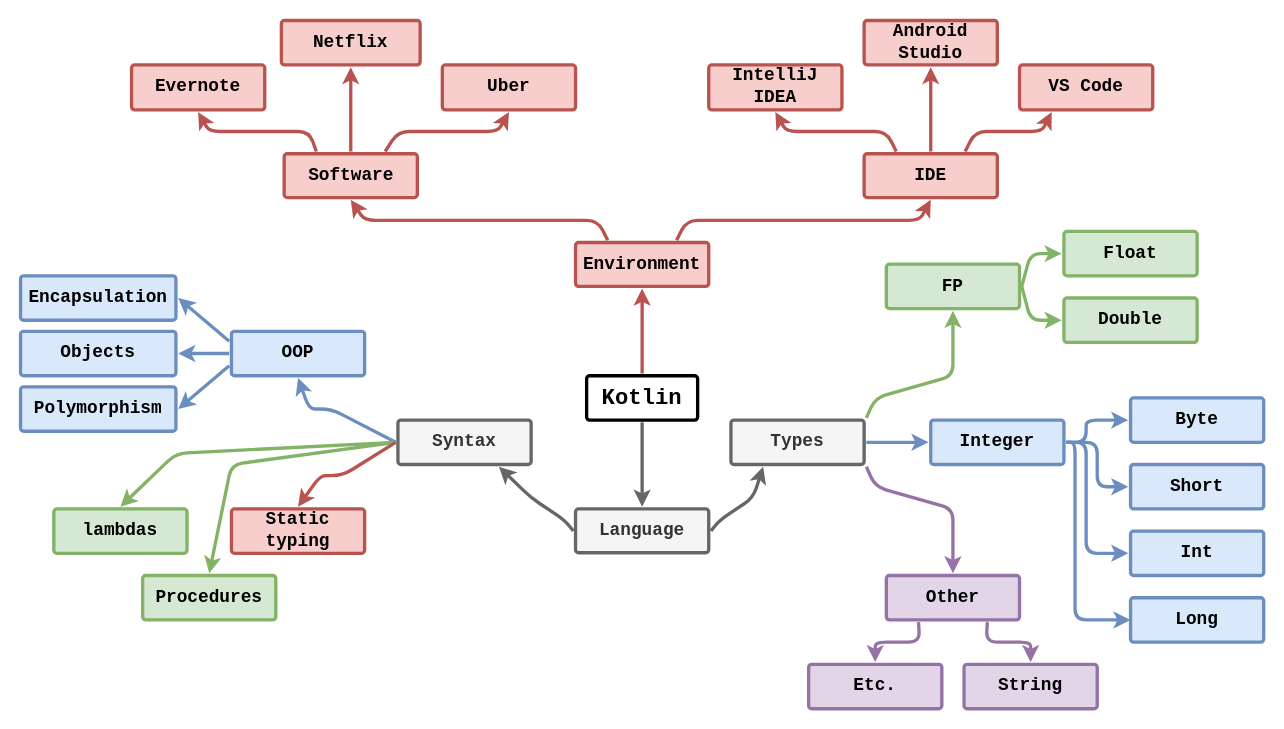
The draw.io diagram Диаграмма без названия.drawio in IvanKr08/Root-Certificate-Updater, before the edit. Source tidied: cells renumbered, new cells numbered last; positions are measured from the earlier drawing's top-left corner, leaving out a move shared by most shapes. Both pictures are drawn from the tidied source at 111%, with x=0, y=0 at pixel (20, 20).
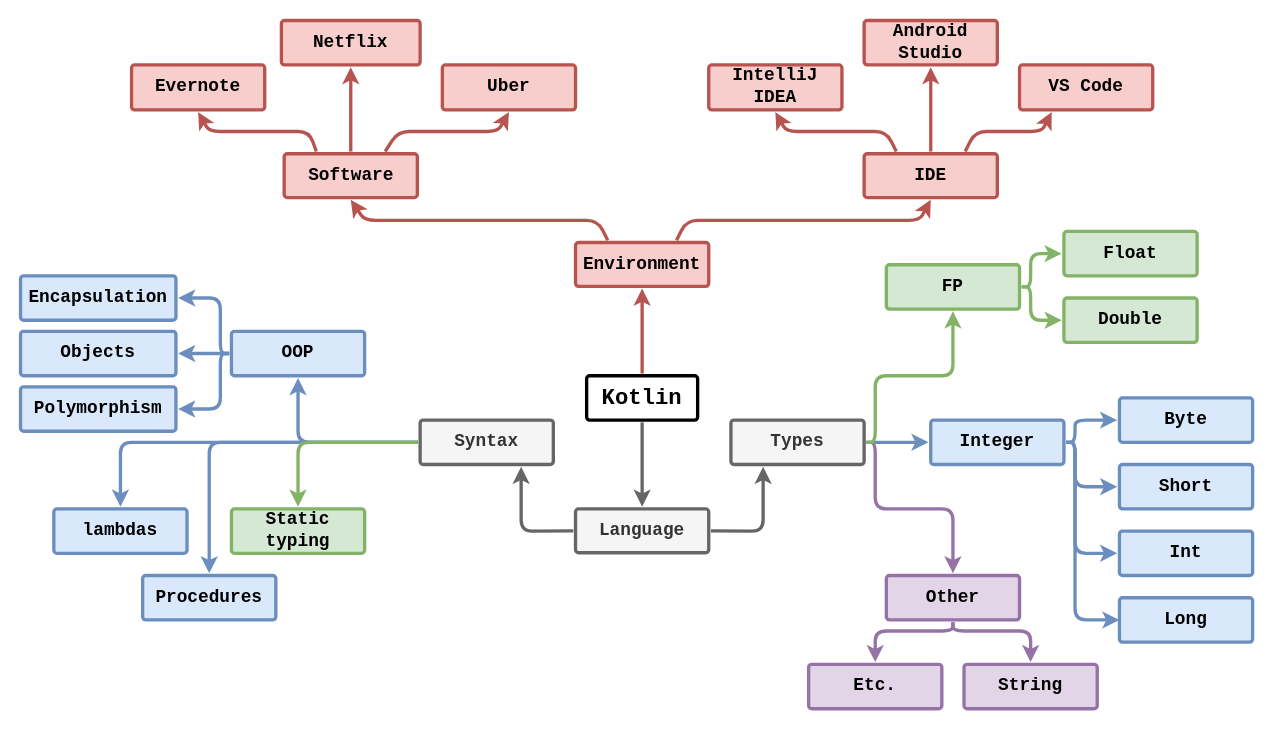
The same diagram, later.

The change refers to these unchanged cells:
```xml
<mxCell id="13" value="Types" style="rounded=1;whiteSpace=wrap;html=1;shadow=0;labelBackgroundColor=none;strokeWidth=3;fontFamily=Courier New;fontSize=16;align=center;spacing=5;fontStyle=1;arcSize=7;perimeterSpacing=2;fillColor=#f5f5f5;strokeColor=#666666;fontColor=#333333;" parent="1" vertex="1">
  <mxGeometry x="640" y="360" width="120" height="40" as="geometry" />
</mxCell>
<mxCell id="27" value="Language" style="rounded=1;whiteSpace=wrap;html=1;shadow=0;labelBackgroundColor=none;strokeWidth=3;fontFamily=Courier New;fontSize=16;align=center;spacing=5;fontStyle=1;arcSize=7;perimeterSpacing=2;fillColor=#f5f5f5;fontColor=#333333;strokeColor=#666666;" parent="1" vertex="1">
  <mxGeometry x="500" y="440" width="120" height="39.5" as="geometry" />
</mxCell>
<mxCell id="29" value="Integer" style="rounded=1;whiteSpace=wrap;html=1;shadow=0;labelBackgroundColor=none;strokeColor=#6c8ebf;strokeWidth=3;fillColor=#dae8fc;fontFamily=Courier New;fontSize=16;align=center;spacing=5;fontStyle=1;arcSize=7;perimeterSpacing=2;" parent="1" vertex="1">
  <mxGeometry x="820" y="360" width="120" height="40" as="geometry" />
</mxCell>
<mxCell id="30" value="Other" style="rounded=1;whiteSpace=wrap;html=1;shadow=0;labelBackgroundColor=none;strokeColor=#9673a6;strokeWidth=3;fillColor=#e1d5e7;fontFamily=Courier New;fontSize=16;align=center;spacing=5;fontStyle=1;arcSize=7;perimeterSpacing=2;" parent="1" vertex="1">
  <mxGeometry x="780" y="500" width="120" height="40" as="geometry" />
</mxCell>
<mxCell id="31" value="Double" style="rounded=1;whiteSpace=wrap;html=1;shadow=0;labelBackgroundColor=none;strokeColor=#82b366;strokeWidth=3;fillColor=#d5e8d4;fontFamily=Courier New;fontSize=16;align=center;spacing=5;fontStyle=1;arcSize=7;perimeterSpacing=2;" parent="1" vertex="1">
  <mxGeometry x="940" y="250" width="120" height="40" as="geometry" />
</mxCell>
<mxCell id="32" value="Float" style="rounded=1;whiteSpace=wrap;html=1;shadow=0;labelBackgroundColor=none;strokeColor=#82b366;strokeWidth=3;fillColor=#d5e8d4;fontFamily=Courier New;fontSize=16;align=center;spacing=5;fontStyle=1;arcSize=7;perimeterSpacing=2;" parent="1" vertex="1">
  <mxGeometry x="940" y="190" width="120" height="40" as="geometry" />
</mxCell>
<mxCell id="43" value="String" style="rounded=1;whiteSpace=wrap;html=1;shadow=0;labelBackgroundColor=none;strokeColor=#9673a6;strokeWidth=3;fillColor=#e1d5e7;fontFamily=Courier New;fontSize=16;align=center;spacing=5;fontStyle=1;arcSize=7;perimeterSpacing=2;" parent="1" vertex="1">
  <mxGeometry x="850" y="580" width="120" height="40" as="geometry" />
</mxCell>
<mxCell id="44" value="Etc." style="rounded=1;whiteSpace=wrap;html=1;shadow=0;labelBackgroundColor=none;strokeColor=#9673a6;strokeWidth=3;fillColor=#e1d5e7;fontFamily=Courier New;fontSize=16;align=center;spacing=5;fontStyle=1;arcSize=7;perimeterSpacing=2;" parent="1" vertex="1">
  <mxGeometry x="710" y="580" width="120" height="40" as="geometry" />
</mxCell>
<mxCell id="52" value="OOP" style="rounded=1;whiteSpace=wrap;html=1;shadow=0;labelBackgroundColor=none;strokeColor=#6c8ebf;strokeWidth=3;fillColor=#dae8fc;fontFamily=Courier New;fontSize=16;align=center;spacing=5;fontStyle=1;arcSize=7;perimeterSpacing=2;" parent="1" vertex="1">
  <mxGeometry x="190" y="280" width="120" height="40" as="geometry" />
</mxCell>
<mxCell id="57" value="Polymorphism" style="rounded=1;whiteSpace=wrap;html=1;shadow=0;labelBackgroundColor=none;strokeColor=#6c8ebf;strokeWidth=3;fillColor=#dae8fc;fontFamily=Courier New;fontSize=16;align=center;spacing=5;fontStyle=1;arcSize=7;perimeterSpacing=2;" parent="1" vertex="1">
  <mxGeometry y="330" width="140" height="40" as="geometry" />
</mxCell>
<mxCell id="60" value="Encapsulation" style="rounded=1;whiteSpace=wrap;html=1;shadow=0;labelBackgroundColor=none;strokeColor=#6c8ebf;strokeWidth=3;fillColor=#dae8fc;fontFamily=Courier New;fontSize=16;align=center;spacing=5;fontStyle=1;arcSize=7;perimeterSpacing=2;" parent="1" vertex="1">
  <mxGeometry y="230" width="140" height="40" as="geometry" />
</mxCell>
```

Change to the diagram source:
```diff
@@
     <mxCell id="3" style="edgeStyle=none;rounded=1;jumpStyle=none;html=1;shadow=0;labelBackgroundColor=none;startArrow=none;startFill=0;endArrow=classic;endFill=1;jettySize=auto;strokeColor=#666666;strokeWidth=3;fontFamily=Courier New;fontSize=16;fontColor=default;spacing=5;fontStyle=1;fillColor=#f5f5f5;entryX=0.25;entryY=1;entryDx=0;entryDy=0;exitX=1;exitY=0.5;exitDx=0;exitDy=0;" parent="1" edge="1" source="27" target="13">
       <mxGeometry relative="1" as="geometry">
         <Array as="points">
-          <mxPoint x="630" y="450" />
-          <mxPoint x="660" y="430" />
+          <mxPoint x="669" y="460" />
         </Array>
       </mxGeometry>
     </mxCell>
@@
-    <mxCell id="14" style="edgeStyle=none;rounded=1;jumpStyle=none;html=1;shadow=0;labelBackgroundColor=none;startArrow=none;startFill=0;jettySize=auto;strokeWidth=3;fontFamily=Courier New;fontSize=16;fontColor=default;spacing=5;fontStyle=1;exitX=1;exitY=1;exitDx=0;exitDy=0;entryX=0.5;entryY=0;entryDx=0;entryDy=0;fillColor=#e1d5e7;strokeColor=#9673a6;" parent="1" edge="1" source="13" target="30">
+    <mxCell id="14" style="edgeStyle=none;rounded=1;jumpStyle=none;html=1;shadow=0;labelBackgroundColor=none;startArrow=none;startFill=0;jettySize=auto;strokeWidth=3;fontFamily=Courier New;fontSize=16;fontColor=default;spacing=5;fontStyle=1;exitX=1;exitY=0.5;exitDx=0;exitDy=0;entryX=0.5;entryY=0;entryDx=0;entryDy=0;fillColor=#e1d5e7;strokeColor=#9673a6;" parent="1" edge="1" source="13" target="30">
       <mxGeometry relative="1" as="geometry">
         <Array as="points">
-          <mxPoint x="770" y="420" />
+          <mxPoint x="770" y="380" />
+          <mxPoint x="770" y="440" />
           <mxPoint x="840" y="440" />
         </Array>
       </mxGeometry>
     </mxCell>
@@
-    <mxCell id="16" style="edgeStyle=none;rounded=1;jumpStyle=none;html=1;shadow=0;labelBackgroundColor=none;startArrow=none;startFill=0;jettySize=auto;strokeWidth=3;fontFamily=Courier New;fontSize=16;fontColor=default;spacing=5;fontStyle=1;entryX=0.5;entryY=1;entryDx=0;entryDy=0;exitX=1;exitY=0;exitDx=0;exitDy=0;fillColor=#d5e8d4;strokeColor=#82b366;" parent="1" edge="1" source="13" target="28">
+    <mxCell id="16" style="edgeStyle=none;rounded=1;jumpStyle=none;html=1;shadow=0;labelBackgroundColor=none;startArrow=none;startFill=0;jettySize=auto;strokeWidth=3;fontFamily=Courier New;fontSize=16;fontColor=default;spacing=5;fontStyle=1;entryX=0.5;entryY=1;entryDx=0;entryDy=0;exitX=1;exitY=0.5;exitDx=0;exitDy=0;fillColor=#d5e8d4;strokeColor=#82b366;" parent="1" edge="1" source="13" target="28">
       <mxGeometry relative="1" as="geometry">
         <Array as="points">
-          <mxPoint x="770" y="340" />
+          <mxPoint x="770" y="380" />
+          <mxPoint x="770" y="320" />
           <mxPoint x="840" y="320" />
         </Array>
       </mxGeometry>
     </mxCell>
@@
     <mxCell id="28" value="FP" style="rounded=1;whiteSpace=wrap;html=1;shadow=0;labelBackgroundColor=none;strokeColor=#82b366;strokeWidth=3;fillColor=#d5e8d4;fontFamily=Courier New;fontSize=16;align=center;spacing=5;fontStyle=1;arcSize=7;perimeterSpacing=2;" parent="1" vertex="1">
-      <mxGeometry x="780" y="219.5" width="120" height="40" as="geometry" />
+      <mxGeometry x="780" y="220" width="120" height="40" as="geometry" />
     </mxCell>
@@
     <mxCell id="33" style="edgeStyle=none;rounded=1;jumpStyle=none;html=1;shadow=0;labelBackgroundColor=none;startArrow=none;startFill=0;jettySize=auto;strokeColor=#82b366;strokeWidth=3;fontFamily=Courier New;fontSize=16;fontColor=default;spacing=5;fontStyle=1;fillColor=#d5e8d4;exitX=1;exitY=0.5;exitDx=0;exitDy=0;entryX=0;entryY=0.5;entryDx=0;entryDy=0;" parent="1" edge="1" source="28" target="31">
       <mxGeometry relative="1" as="geometry">
         <Array as="points">
+          <mxPoint x="910" y="240" />
           <mxPoint x="910" y="270" />
         </Array>
       </mxGeometry>
     </mxCell>
     <mxCell id="34" style="edgeStyle=none;rounded=1;jumpStyle=none;html=1;shadow=0;labelBackgroundColor=none;startArrow=none;startFill=0;jettySize=auto;strokeColor=#82b366;strokeWidth=3;fontFamily=Courier New;fontSize=16;fontColor=default;spacing=5;fontStyle=1;fillColor=#d5e8d4;exitX=1;exitY=0.5;exitDx=0;exitDy=0;entryX=0;entryY=0.5;entryDx=0;entryDy=0;" parent="1" edge="1" source="28" target="32">
       <mxGeometry relative="1" as="geometry">
         <Array as="points">
+          <mxPoint x="910" y="240" />
           <mxPoint x="910" y="210" />
         </Array>
       </mxGeometry>
     </mxCell>
     <mxCell id="35" value="Short" style="rounded=1;whiteSpace=wrap;html=1;shadow=0;labelBackgroundColor=none;strokeColor=#6c8ebf;strokeWidth=3;fillColor=#dae8fc;fontFamily=Courier New;fontSize=16;align=center;spacing=5;fontStyle=1;arcSize=7;perimeterSpacing=2;" parent="1" vertex="1">
-      <mxGeometry x="1000" y="400" width="120" height="40" as="geometry" />
+      <mxGeometry x="990" y="400" width="120" height="40" as="geometry" />
     </mxCell>
     <mxCell id="36" value="Byte" style="rounded=1;whiteSpace=wrap;html=1;shadow=0;labelBackgroundColor=none;strokeColor=#6c8ebf;strokeWidth=3;fillColor=#dae8fc;fontFamily=Courier New;fontSize=16;align=center;spacing=5;fontStyle=1;arcSize=7;perimeterSpacing=2;" parent="1" vertex="1">
-      <mxGeometry x="1000" y="340" width="120" height="40" as="geometry" />
+      <mxGeometry x="990" y="340" width="120" height="40" as="geometry" />
     </mxCell>
     <mxCell id="37" style="edgeStyle=none;rounded=1;jumpStyle=none;html=1;shadow=0;labelBackgroundColor=none;startArrow=none;startFill=0;jettySize=auto;strokeColor=#6c8ebf;strokeWidth=3;fontFamily=Courier New;fontSize=16;fontColor=default;spacing=5;fontStyle=1;fillColor=#dae8fc;exitX=1;exitY=0.5;exitDx=0;exitDy=0;entryX=0;entryY=0.5;entryDx=0;entryDy=0;" parent="1" edge="1" source="29" target="35">
       <mxGeometry relative="1" as="geometry">
         <Array as="points">
-          <mxPoint x="970" y="380" />
-          <mxPoint x="970" y="420" />
+          <mxPoint x="950" y="380" />
+          <mxPoint x="950" y="420" />
         </Array>
       </mxGeometry>
     </mxCell>
     <mxCell id="38" style="edgeStyle=none;rounded=1;jumpStyle=none;html=1;shadow=0;labelBackgroundColor=none;startArrow=none;startFill=0;jettySize=auto;strokeColor=#6c8ebf;strokeWidth=3;fontFamily=Courier New;fontSize=16;fontColor=default;spacing=5;fontStyle=1;fillColor=#dae8fc;exitX=1;exitY=0.5;exitDx=0;exitDy=0;entryX=0;entryY=0.5;entryDx=0;entryDy=0;" parent="1" edge="1" source="29" target="36">
       <mxGeometry relative="1" as="geometry">
         <Array as="points">
-          <mxPoint x="960" y="380" />
-          <mxPoint x="960" y="360" />
+          <mxPoint x="950" y="380" />
+          <mxPoint x="950" y="360" />
         </Array>
       </mxGeometry>
     </mxCell>
     <mxCell id="39" value="Long" style="rounded=1;whiteSpace=wrap;html=1;shadow=0;labelBackgroundColor=none;strokeColor=#6c8ebf;strokeWidth=3;fillColor=#dae8fc;fontFamily=Courier New;fontSize=16;align=center;spacing=5;fontStyle=1;arcSize=7;perimeterSpacing=2;" parent="1" vertex="1">
-      <mxGeometry x="1000" y="520" width="120" height="40" as="geometry" />
+      <mxGeometry x="990" y="520" width="120" height="40" as="geometry" />
     </mxCell>
     <mxCell id="40" value="Int" style="rounded=1;whiteSpace=wrap;html=1;shadow=0;labelBackgroundColor=none;strokeColor=#6c8ebf;strokeWidth=3;fillColor=#dae8fc;fontFamily=Courier New;fontSize=16;align=center;spacing=5;fontStyle=1;arcSize=7;perimeterSpacing=2;" parent="1" vertex="1">
-      <mxGeometry x="1000" y="460" width="120" height="40" as="geometry" />
+      <mxGeometry x="990" y="460" width="120" height="40" as="geometry" />
     </mxCell>
@@
     <mxCell id="42" style="edgeStyle=none;rounded=1;jumpStyle=none;html=1;shadow=0;labelBackgroundColor=none;startArrow=none;startFill=0;jettySize=auto;strokeColor=#6c8ebf;strokeWidth=3;fontFamily=Courier New;fontSize=16;fontColor=default;spacing=5;fontStyle=1;fillColor=#dae8fc;exitX=1;exitY=0.5;exitDx=0;exitDy=0;entryX=0;entryY=0.5;entryDx=0;entryDy=0;" parent="1" edge="1" source="29" target="40">
       <mxGeometry relative="1" as="geometry">
         <Array as="points">
-          <mxPoint x="960" y="380" />
-          <mxPoint x="960" y="420" />
-          <mxPoint x="960" y="480" />
+          <mxPoint x="950" y="380" />
+          <mxPoint x="950" y="420" />
+          <mxPoint x="950" y="480" />
         </Array>
       </mxGeometry>
     </mxCell>
@@
-    <mxCell id="45" style="edgeStyle=none;rounded=1;jumpStyle=none;html=1;shadow=0;labelBackgroundColor=none;startArrow=none;startFill=0;jettySize=auto;strokeColor=#9673a6;strokeWidth=3;fontFamily=Courier New;fontSize=16;fontColor=default;spacing=5;fontStyle=1;fillColor=#e1d5e7;exitX=0.75;exitY=1;exitDx=0;exitDy=0;entryX=0.5;entryY=0;entryDx=0;entryDy=0;" parent="1" edge="1" source="30" target="43">
+    <mxCell id="45" style="edgeStyle=none;rounded=1;jumpStyle=none;html=1;shadow=0;labelBackgroundColor=none;startArrow=none;startFill=0;jettySize=auto;strokeColor=#9673a6;strokeWidth=3;fontFamily=Courier New;fontSize=16;fontColor=default;spacing=5;fontStyle=1;fillColor=#e1d5e7;exitX=0.5;exitY=1;exitDx=0;exitDy=0;entryX=0.5;entryY=0;entryDx=0;entryDy=0;" parent="1" edge="1" source="30" target="43">
       <mxGeometry relative="1" as="geometry">
         <Array as="points">
-          <mxPoint x="870" y="560" />
-          <mxPoint x="910" y="560" />
+          <mxPoint x="840" y="550" />
+          <mxPoint x="910" y="550" />
         </Array>
       </mxGeometry>
     </mxCell>
-    <mxCell id="46" style="edgeStyle=none;rounded=1;jumpStyle=none;html=1;shadow=0;labelBackgroundColor=none;startArrow=none;startFill=0;jettySize=auto;strokeColor=#9673a6;strokeWidth=3;fontFamily=Courier New;fontSize=16;fontColor=default;spacing=5;fontStyle=1;fillColor=#e1d5e7;exitX=0.25;exitY=1;exitDx=0;exitDy=0;entryX=0.5;entryY=0;entryDx=0;entryDy=0;" parent="1" edge="1" source="30" target="44">
+    <mxCell id="46" style="edgeStyle=none;rounded=1;jumpStyle=none;html=1;shadow=0;labelBackgroundColor=none;startArrow=none;startFill=0;jettySize=auto;strokeColor=#9673a6;strokeWidth=3;fontFamily=Courier New;fontSize=16;fontColor=default;spacing=5;fontStyle=1;fillColor=#e1d5e7;exitX=0.5;exitY=1;exitDx=0;exitDy=0;entryX=0.5;entryY=0;entryDx=0;entryDy=0;" parent="1" edge="1" source="30" target="44">
       <mxGeometry relative="1" as="geometry">
         <Array as="points">
-          <mxPoint x="810" y="560" />
-          <mxPoint x="770" y="560" />
+          <mxPoint x="840" y="550" />
+          <mxPoint x="770" y="550" />
         </Array>
       </mxGeometry>
     </mxCell>
     <mxCell id="47" value="Syntax" style="rounded=1;whiteSpace=wrap;html=1;shadow=0;labelBackgroundColor=none;strokeColor=#666666;strokeWidth=3;fillColor=#f5f5f5;fontFamily=Courier New;fontSize=16;align=center;spacing=5;fontStyle=1;arcSize=7;perimeterSpacing=2;fontColor=#333333;" parent="1" vertex="1">
-      <mxGeometry x="340" y="360" width="120" height="40" as="geometry" />
+      <mxGeometry x="360" y="360" width="120" height="40" as="geometry" />
     </mxCell>
     <mxCell id="48" style="edgeStyle=none;rounded=1;jumpStyle=none;html=1;shadow=0;labelBackgroundColor=none;startArrow=none;startFill=0;endArrow=classic;endFill=1;jettySize=auto;strokeColor=#666666;strokeWidth=3;fontFamily=Courier New;fontSize=16;fontColor=default;spacing=5;fontStyle=1;entryX=0.75;entryY=1;entryDx=0;entryDy=0;fillColor=#f5f5f5;exitX=0;exitY=0.5;exitDx=0;exitDy=0;" parent="1" edge="1" source="27" target="47">
       <mxGeometry relative="1" as="geometry">
         <Array as="points">
-          <mxPoint x="490" y="450" />
-          <mxPoint x="460" y="430" />
+          <mxPoint x="451" y="460" />
         </Array>
       </mxGeometry>
     </mxCell>
-    <mxCell id="49" style="edgeStyle=none;rounded=1;jumpStyle=none;html=1;shadow=0;labelBackgroundColor=none;startArrow=none;startFill=0;jettySize=auto;strokeWidth=3;fontFamily=Courier New;fontSize=16;fontColor=default;spacing=5;fontStyle=1;exitX=0;exitY=0.5;exitDx=0;exitDy=0;fillColor=#d5e8d4;strokeColor=#82b366;entryX=0.5;entryY=0;entryDx=0;entryDy=0;" parent="1" edge="1" source="47" target="62">
+    <mxCell id="49" style="edgeStyle=none;rounded=1;jumpStyle=none;html=1;shadow=0;labelBackgroundColor=none;startArrow=none;startFill=0;jettySize=auto;strokeWidth=3;fontFamily=Courier New;fontSize=16;fontColor=default;spacing=5;fontStyle=1;exitX=0;exitY=0.5;exitDx=0;exitDy=0;fillColor=#dae8fc;strokeColor=#6c8ebf;entryX=0.5;entryY=0;entryDx=0;entryDy=0;" parent="1" edge="1" source="47" target="62">
       <mxGeometry relative="1" as="geometry">
         <Array as="points">
-          <mxPoint x="190" y="400" />
+          <mxPoint x="170" y="380" />
         </Array>
       </mxGeometry>
     </mxCell>
-    <mxCell id="50" style="edgeStyle=none;rounded=1;jumpStyle=none;html=1;shadow=0;labelBackgroundColor=none;startArrow=none;startFill=0;jettySize=auto;strokeWidth=3;fontFamily=Courier New;fontSize=16;fontColor=default;spacing=5;fontStyle=1;exitX=0;exitY=0.75;exitDx=0;exitDy=0;fillColor=#dae8fc;strokeColor=#6c8ebf;entryX=1;entryY=0.5;entryDx=0;entryDy=0;" parent="1" edge="1" source="52" target="57">
-      <mxGeometry relative="1" as="geometry" />
+    <mxCell id="50" style="edgeStyle=none;rounded=1;jumpStyle=none;html=1;shadow=0;labelBackgroundColor=none;startArrow=none;startFill=0;jettySize=auto;strokeWidth=3;fontFamily=Courier New;fontSize=16;fontColor=default;spacing=5;fontStyle=1;exitX=0;exitY=0.5;exitDx=0;exitDy=0;fillColor=#dae8fc;strokeColor=#6c8ebf;entryX=1;entryY=0.5;entryDx=0;entryDy=0;" parent="1" edge="1" source="52" target="57">
+      <mxGeometry relative="1" as="geometry">
+        <Array as="points">
+          <mxPoint x="180" y="300" />
+          <mxPoint x="180" y="350" />
+        </Array>
+      </mxGeometry>
     </mxCell>
     <mxCell id="51" style="edgeStyle=none;rounded=1;jumpStyle=none;html=1;shadow=0;labelBackgroundColor=none;startArrow=none;startFill=0;jettySize=auto;strokeWidth=3;fontFamily=Courier New;fontSize=16;fontColor=default;spacing=5;fontStyle=1;entryX=0.5;entryY=1;entryDx=0;entryDy=0;exitX=0;exitY=0.5;exitDx=0;exitDy=0;fillColor=#dae8fc;strokeColor=#6c8ebf;" parent="1" edge="1" source="47" target="52">
       <mxGeometry relative="1" as="geometry">
         <Array as="points">
-          <mxPoint x="280" y="350" />
-          <mxPoint x="260" y="350" />
+          <mxPoint x="250" y="380" />
         </Array>
       </mxGeometry>
     </mxCell>
@@
-    <mxCell id="53" value="lambdas" style="rounded=1;whiteSpace=wrap;html=1;shadow=0;labelBackgroundColor=none;strokeColor=#82b366;strokeWidth=3;fillColor=#d5e8d4;fontFamily=Courier New;fontSize=16;align=center;spacing=5;fontStyle=1;arcSize=7;perimeterSpacing=2;" parent="1" vertex="1">
+    <mxCell id="53" value="lambdas" style="rounded=1;whiteSpace=wrap;html=1;shadow=0;labelBackgroundColor=none;strokeColor=#6c8ebf;strokeWidth=3;fillColor=#dae8fc;fontFamily=Courier New;fontSize=16;align=center;spacing=5;fontStyle=1;arcSize=7;perimeterSpacing=2;" parent="1" vertex="1">
       <mxGeometry x="30" y="440" width="120" height="40" as="geometry" />
     </mxCell>
-    <mxCell id="54" value="Static typing" style="rounded=1;whiteSpace=wrap;html=1;shadow=0;labelBackgroundColor=none;strokeColor=#b85450;strokeWidth=3;fillColor=#f8cecc;fontFamily=Courier New;fontSize=16;align=center;spacing=5;fontStyle=1;arcSize=7;perimeterSpacing=2;" parent="1" vertex="1">
+    <mxCell id="54" value="Static typing" style="rounded=1;whiteSpace=wrap;html=1;shadow=0;labelBackgroundColor=none;strokeColor=#82b366;strokeWidth=3;fillColor=#d5e8d4;fontFamily=Courier New;fontSize=16;align=center;spacing=5;fontStyle=1;arcSize=7;perimeterSpacing=2;" parent="1" vertex="1">
       <mxGeometry x="190" y="440" width="120" height="40" as="geometry" />
     </mxCell>
-    <mxCell id="55" style="edgeStyle=none;rounded=1;jumpStyle=none;html=1;shadow=0;labelBackgroundColor=none;startArrow=none;startFill=0;jettySize=auto;strokeColor=#82b366;strokeWidth=3;fontFamily=Courier New;fontSize=16;fontColor=default;spacing=5;fontStyle=1;fillColor=#d5e8d4;entryX=0.5;entryY=0;entryDx=0;entryDy=0;exitX=0;exitY=0.5;exitDx=0;exitDy=0;" parent="1" edge="1" source="47" target="53">
+    <mxCell id="55" style="edgeStyle=none;rounded=1;jumpStyle=none;html=1;shadow=0;labelBackgroundColor=none;startArrow=none;startFill=0;jettySize=auto;strokeColor=#6c8ebf;strokeWidth=3;fontFamily=Courier New;fontSize=16;fontColor=default;spacing=5;fontStyle=1;fillColor=#dae8fc;entryX=0.5;entryY=0;entryDx=0;entryDy=0;exitX=0;exitY=0.5;exitDx=0;exitDy=0;" parent="1" edge="1" source="47" target="53">
       <mxGeometry relative="1" as="geometry">
         <Array as="points">
-          <mxPoint x="140" y="390" />
+          <mxPoint x="90" y="380" />
         </Array>
       </mxGeometry>
     </mxCell>
-    <mxCell id="56" style="edgeStyle=none;rounded=1;jumpStyle=none;html=1;shadow=0;labelBackgroundColor=none;startArrow=none;startFill=0;jettySize=auto;strokeWidth=3;fontFamily=Courier New;fontSize=16;fontColor=default;spacing=5;fontStyle=1;fillColor=#f8cecc;strokeColor=#b85450;entryX=0.5;entryY=0;entryDx=0;entryDy=0;exitX=0;exitY=0.5;exitDx=0;exitDy=0;" parent="1" edge="1" source="47" target="54">
+    <mxCell id="56" style="edgeStyle=none;rounded=1;jumpStyle=none;html=1;shadow=0;labelBackgroundColor=none;startArrow=none;startFill=0;jettySize=auto;strokeWidth=3;fontFamily=Courier New;fontSize=16;fontColor=default;spacing=5;fontStyle=1;fillColor=#d5e8d4;strokeColor=#82b366;entryX=0.5;entryY=0;entryDx=0;entryDy=0;exitX=0;exitY=0.5;exitDx=0;exitDy=0;" parent="1" edge="1" source="47" target="54">
       <mxGeometry relative="1" as="geometry">
         <Array as="points">
-          <mxPoint x="290" y="410" />
-          <mxPoint x="270" y="410" />
+          <mxPoint x="250" y="380" />
+          <mxPoint x="250" y="410" />
         </Array>
       </mxGeometry>
     </mxCell>
@@
-    <mxCell id="61" style="edgeStyle=none;rounded=1;jumpStyle=none;html=1;shadow=0;labelBackgroundColor=none;startArrow=none;startFill=0;jettySize=auto;strokeWidth=3;fontFamily=Courier New;fontSize=16;fontColor=default;spacing=5;fontStyle=1;exitX=0;exitY=0.25;exitDx=0;exitDy=0;fillColor=#dae8fc;strokeColor=#6c8ebf;entryX=1;entryY=0.5;entryDx=0;entryDy=0;" parent="1" edge="1" source="52" target="60">
-      <mxGeometry relative="1" as="geometry" />
+    <mxCell id="61" style="edgeStyle=none;rounded=1;jumpStyle=none;html=1;shadow=0;labelBackgroundColor=none;startArrow=none;startFill=0;jettySize=auto;strokeWidth=3;fontFamily=Courier New;fontSize=16;fontColor=default;spacing=5;fontStyle=1;exitX=0;exitY=0.5;exitDx=0;exitDy=0;fillColor=#dae8fc;strokeColor=#6c8ebf;entryX=1;entryY=0.5;entryDx=0;entryDy=0;" parent="1" edge="1" source="52" target="60">
+      <mxGeometry relative="1" as="geometry">
+        <Array as="points">
+          <mxPoint x="180" y="300" />
+          <mxPoint x="180" y="250" />
+        </Array>
+      </mxGeometry>
     </mxCell>
-    <mxCell id="62" value="Procedures" style="rounded=1;whiteSpace=wrap;html=1;shadow=0;labelBackgroundColor=none;strokeColor=#82b366;strokeWidth=3;fillColor=#d5e8d4;fontFamily=Courier New;fontSize=16;align=center;spacing=5;fontStyle=1;arcSize=7;perimeterSpacing=2;" parent="1" vertex="1">
+    <mxCell id="62" value="Procedures" style="rounded=1;whiteSpace=wrap;html=1;shadow=0;labelBackgroundColor=none;strokeColor=#6c8ebf;strokeWidth=3;fillColor=#dae8fc;fontFamily=Courier New;fontSize=16;align=center;spacing=5;fontStyle=1;arcSize=7;perimeterSpacing=2;" parent="1" vertex="1">
       <mxGeometry x="110" y="500" width="120" height="40" as="geometry" />
     </mxCell>
```
